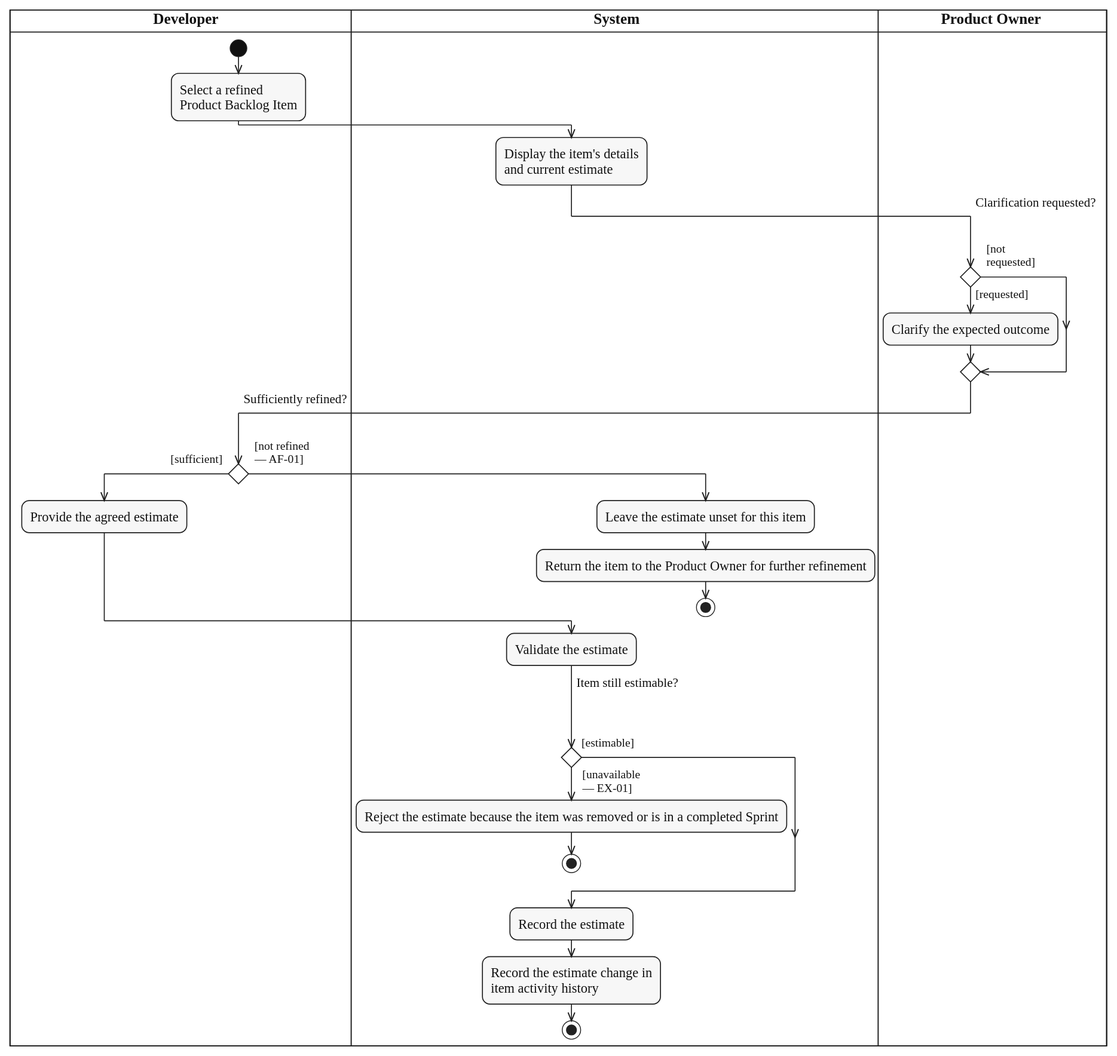
The PlantUML diagram diagrams/activity/product-backlog/svg/UC-BACKLOG-ITEM-ESTIMATE.svg in lukenab/swd392-doc-automation, before a commit. Its source is kept beside it as diagrams/activity/product-backlog/source/UC-BACKLOG-ITEM-ESTIMATE.puml. Source of this version:
```plantuml
@startuml UC-BACKLOG-ITEM-ESTIMATE
!include ../../_shared/activity-style.puml

|DEV| $lane_title("Developer")
|SYS| $lane_title("System")
|PRO| $lane_title("Product Owner")

|DEV|
start
:Select a refined
Product Backlog Item;
|SYS|
:Display the item's details
and current estimate;
|PRO|
if ($question_x("Clarification requested?")) then ($guard_left("[requested]"))
  :Clarify the expected outcome;
else ($guard_right("[not", "requested]"))
endif
|DEV|
if ($question_x("Sufficiently refined?")) then ($guard_left("[sufficient]"))
  :Provide the agreed estimate;
else ($guard_right("[not refined", "— AF-01]"))
  |SYS|
  :Leave the estimate unset for this item;
  :Return the item to the Product Owner for further refinement;
  stop
endif
|SYS|
:Validate the estimate;
if ($question_x("Item still estimable?")) then ($guard_left("[estimable]"))
else ($guard_right("[unavailable", "— EX-01]"))
  :Reject the estimate because the item was removed or is in a completed Sprint;
  stop
endif
:Record the estimate;
:Record the estimate change in
item activity history;
stop
@enduml
```
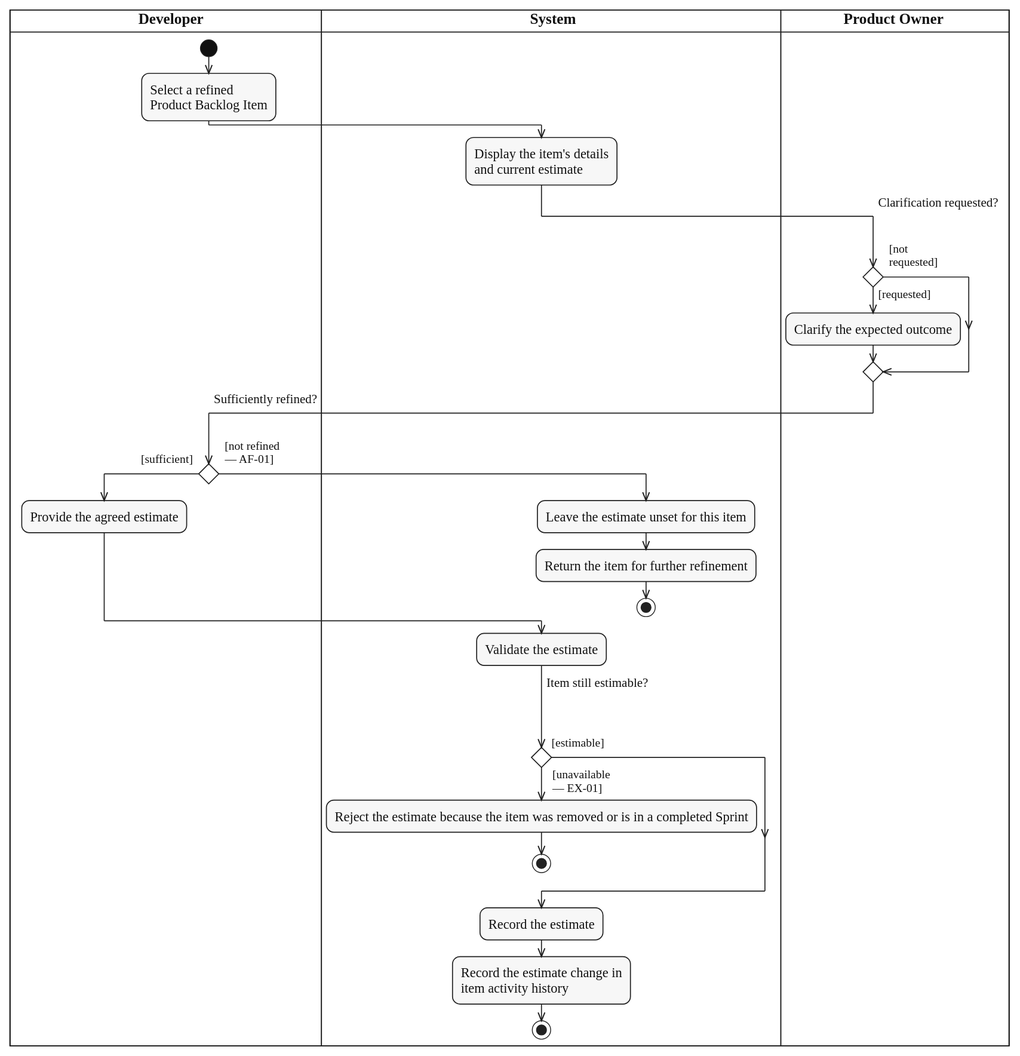
Later version of the same file.

Commit message:
docs(activity): fix partitions, added text and end nodes in product backlog diagrams

Diff of the diagram source:
```diff
@@ -23,7 +23,7 @@
 else ($guard_right("[not refined", "— AF-01]"))
   |SYS|
   :Leave the estimate unset for this item;
-  :Return the item to the Product Owner for further refinement;
+  :Return the item for further refinement;
   stop
 endif
 |SYS|
```
